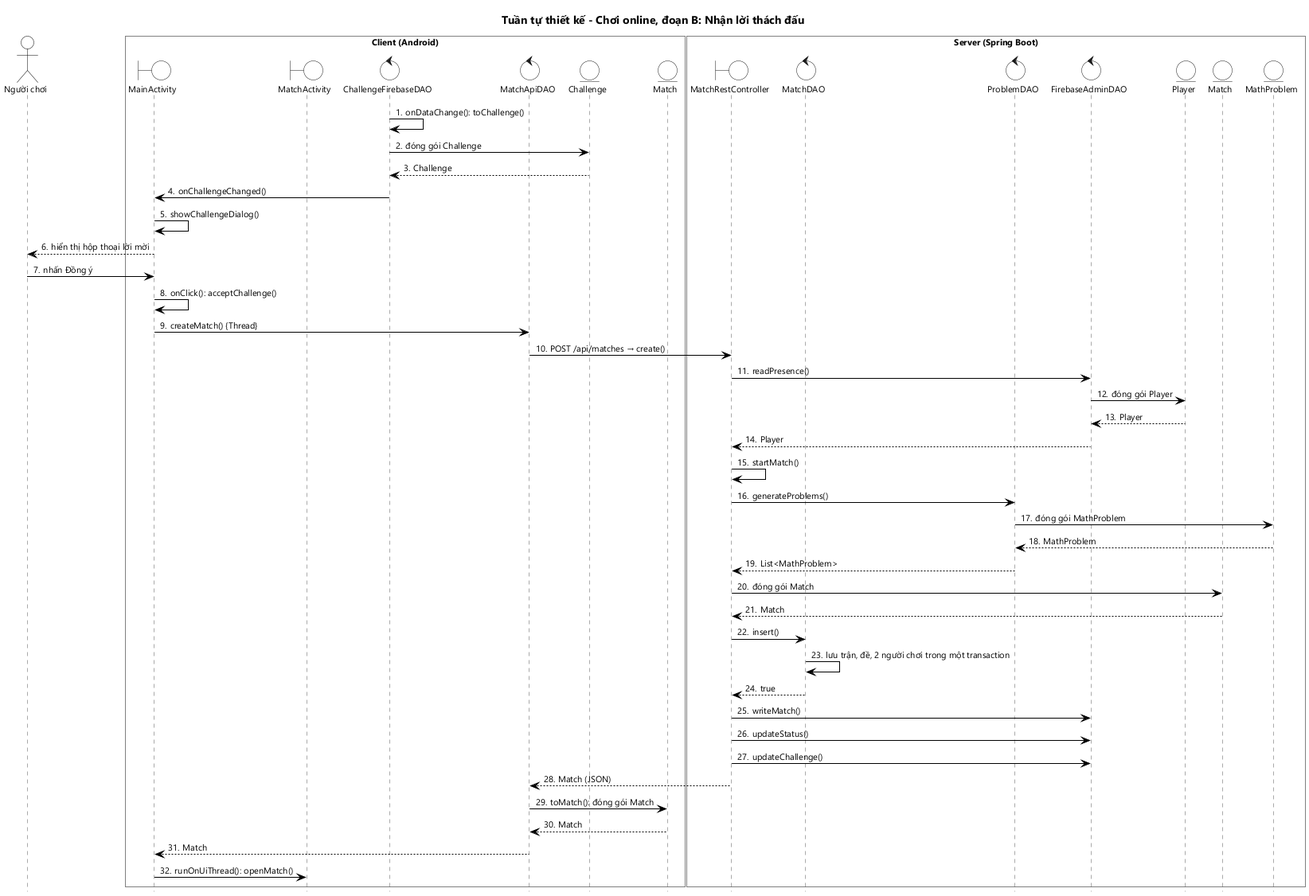
This is docs/hung/tuan-tu-thiet-ke-uc03b.png from HungNguyenBa1811/math-dash, a PlantUML export, as it was before one commit. Its diagram source:
```plantuml
@startuml tuan-tu-thiet-ke-uc03b
!include _seq.iuml
title Tuần tự thiết kế - Chơi online, đoạn B: Nhận lời thách đấu

actor "Người chơi" as U
box "Client (Android)" #FFFFFF
boundary MainActivity as MA
boundary MatchActivity as GA
control ChallengeFirebaseDAO as CFD
control MatchApiDAO as MAD
entity Challenge as C
entity Match as M
end box
box "Server (Spring Boot)" #FFFFFF
boundary "MatchRestController" as MRC
control "MatchDAO" as MD
control "ProblemDAO" as PRD
control "FirebaseAdminDAO" as FAD
entity "Player" as SP
entity "Match" as SM
entity "MathProblem" as SQ
end box

CFD -> CFD : onDataChange(): toChallenge()
CFD -> C : đóng gói Challenge
C --> CFD : Challenge
CFD -> MA : onChallengeChanged()
MA -> MA : showChallengeDialog()
MA --> U : hiển thị hộp thoại lời mời
U -> MA : nhấn Đồng ý
MA -> MA : onClick(): acceptChallenge()
MA -> MAD : createMatch() {Thread}
MAD -> MRC : POST /api/matches → create()
MRC -> FAD : readPresence()
FAD -> SP : đóng gói Player
SP --> FAD : Player
FAD --> MRC : Player
MRC -> MRC : startMatch()
MRC -> PRD : generateProblems()
PRD -> SQ : đóng gói MathProblem
SQ --> PRD : MathProblem
PRD --> MRC : List<MathProblem>
MRC -> SM : đóng gói Match
SM --> MRC : Match
MRC -> MD : insert()
MD -> MD : lưu trận, đề, 2 người chơi trong một transaction
MD --> MRC : true
MRC -> FAD : writeMatch()
MRC -> FAD : updateStatus()
MRC -> FAD : updateChallenge()
MRC --> MAD : Match (JSON)
MAD -> M : toMatch(): đóng gói Match
M --> MAD : Match
MAD --> MA : Match
MA -> GA : runOnUiThread(): openMatch()
@enduml
```
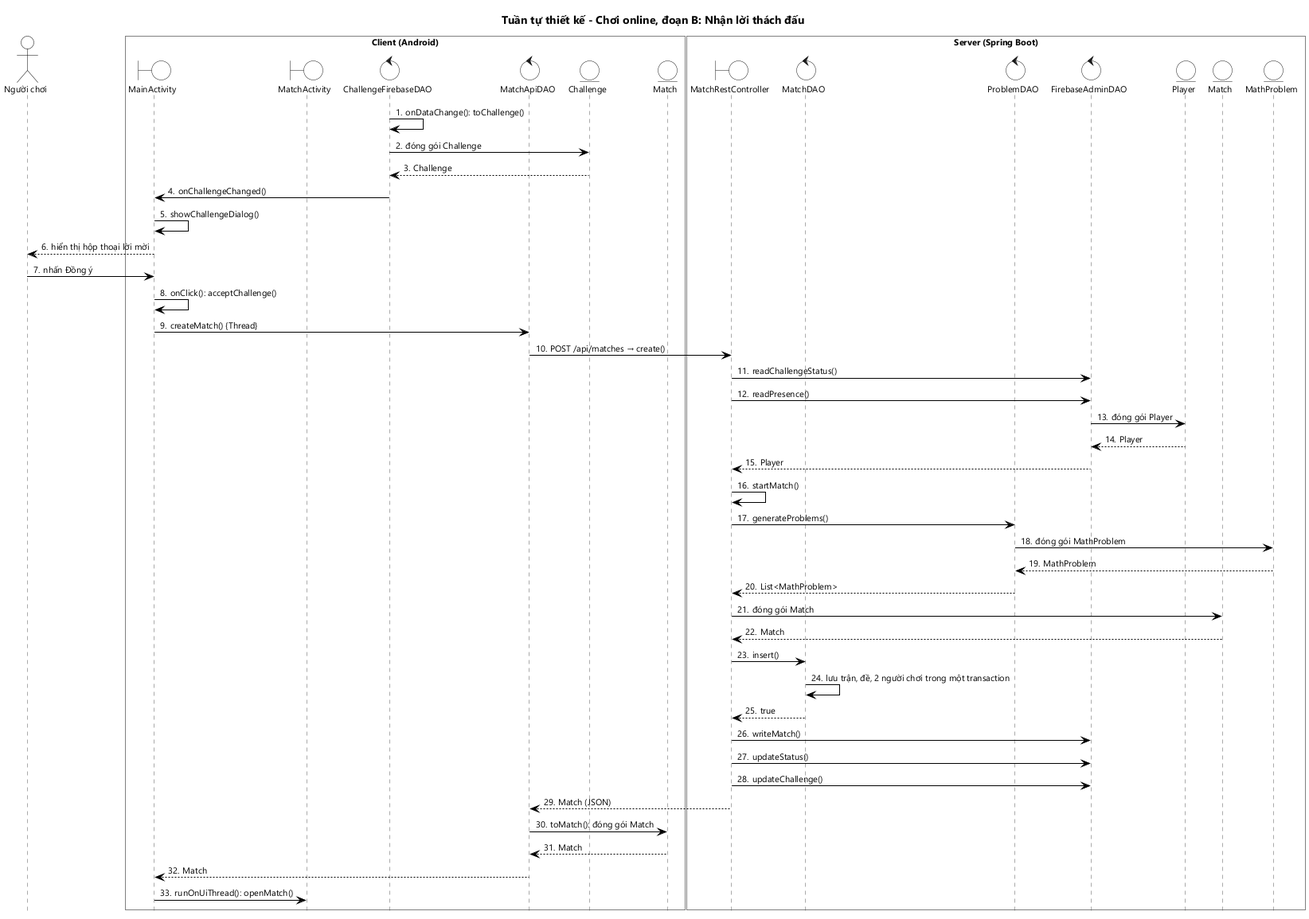
Above is the later version.

Change to the diagram source:
```diff
@@ -31,6 +31,7 @@
 MA -> MA : onClick(): acceptChallenge()
 MA -> MAD : createMatch() {Thread}
 MAD -> MRC : POST /api/matches → create()
+MRC -> FAD : readChallengeStatus()
 MRC -> FAD : readPresence()
 FAD -> SP : đóng gói Player
 SP --> FAD : Player
```
